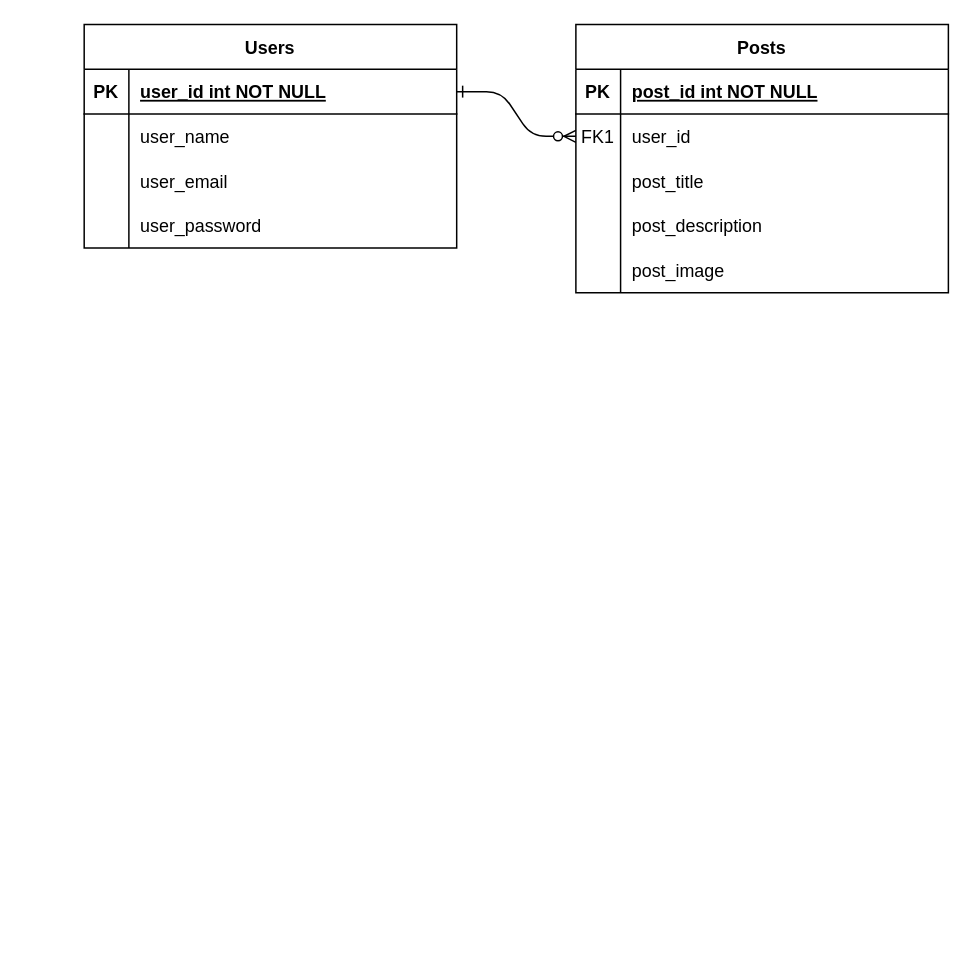
This is exercise1.drawio from dmcneill15/module8, a draw.io file, before an edit. Source tidied: cells renumbered, new cells numbered last; positions are measured from the earlier drawing's top-left corner, leaving out a move shared by most shapes. Both pictures are drawn from the tidied source at 149%, with x=0, y=0 at pixel (83, 24).
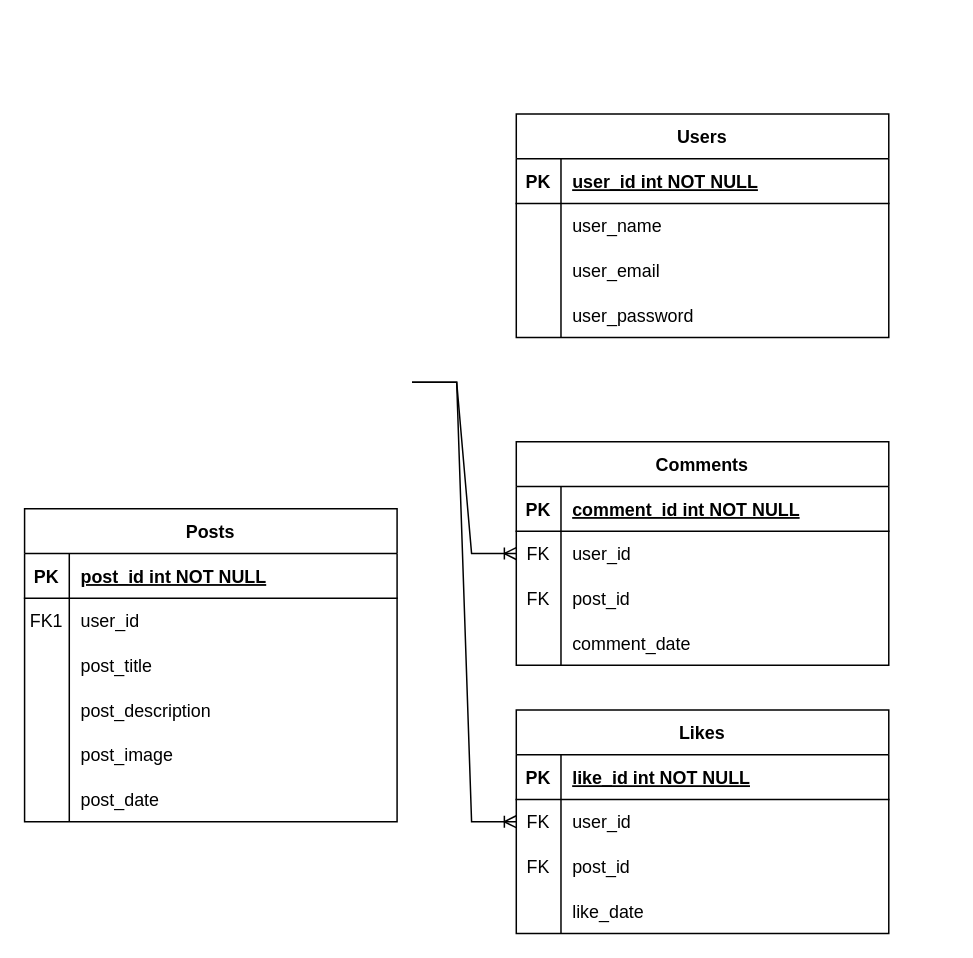
Above is the later version.

Unchanged cells that the change refers to:
```xml
<mxCell id="7" style="shape=partialRectangle;fillColor=none;points=[[0,0.5],[1,0.5]];portConstraint=eastwest;top=0;left=0;right=0;bottom=0;" parent="3" vertex="1">
  <mxGeometry y="60" width="250" height="30" as="geometry" />
</mxCell>
<mxCell id="20" style="shape=partialRectangle;fillColor=none;points=[[0,0.5],[1,0.5]];portConstraint=eastwest;top=0;left=0;right=0;bottom=1;" parent="19" vertex="1">
  <mxGeometry y="30" width="250" height="30" as="geometry" />
</mxCell>
```

The edit, as a diff of the source:
```diff
@@
-    <mxCell id="2" style="edgeStyle=entityRelationEdgeStyle;endArrow=ERzeroToMany;startArrow=ERone;endFill=1;startFill=0;" parent="1" edge="1" source="20" target="7">
-      <mxGeometry relative="1" as="geometry" />
-    </mxCell>
     <mxCell id="3" value="Posts" style="shape=table;startSize=30;childLayout=tableLayout;rowLines=0;fontStyle=1;align=center;" parent="1" vertex="1">
-      <mxGeometry x="330" width="250" height="180" as="geometry" />
+      <mxGeometry x="-40" y="325" width="250" height="210" as="geometry" />
     </mxCell>
@@
+    <mxCell id="32" style="shape=partialRectangle;fillColor=none;top=0;left=0;right=0;bottom=0;" parent="3" vertex="1">
+      <mxGeometry y="180" width="250" height="30" as="geometry" />
+    </mxCell>
+    <mxCell id="33" style="shape=partialRectangle;overflow=hidden;fillColor=none;top=0;left=0;bottom=0;right=0;" parent="32" vertex="1">
+      <mxGeometry width="30" height="30" as="geometry" />
+    </mxCell>
+    <mxCell id="34" value="post_date" style="shape=partialRectangle;overflow=hidden;fillColor=none;top=0;left=0;bottom=0;right=0;align=left;spacingLeft=6;" parent="32" vertex="1">
+      <mxGeometry x="30" width="220" height="30" as="geometry" />
+    </mxCell>
     <mxCell id="19" value="Users" style="shape=table;startSize=30;childLayout=tableLayout;rowLines=0;fontStyle=1;align=center;" parent="1" vertex="1">
-      <mxGeometry width="250" height="150" as="geometry" />
+      <mxGeometry x="290" y="60" width="250" height="150" as="geometry" />
     </mxCell>
@@
+    <mxCell id="35" value="Likes" style="shape=table;startSize=30;childLayout=tableLayout;rowLines=0;fontStyle=1;align=center;" parent="1" vertex="1">
+      <mxGeometry x="290" y="460" width="250" height="150" as="geometry" />
+    </mxCell>
+    <mxCell id="36" style="shape=partialRectangle;fillColor=none;top=0;left=0;right=0;bottom=1;" parent="35" vertex="1">
+      <mxGeometry y="30" width="250" height="30" as="geometry" />
+    </mxCell>
+    <mxCell id="37" value="PK" style="shape=partialRectangle;overflow=hidden;fillColor=none;top=0;left=0;bottom=0;right=0;fontStyle=1;" parent="36" vertex="1">
+      <mxGeometry width="30" height="30" as="geometry" />
+    </mxCell>
+    <mxCell id="38" value="like_id int NOT NULL " style="shape=partialRectangle;overflow=hidden;fillColor=none;top=0;left=0;bottom=0;right=0;align=left;spacingLeft=6;fontStyle=5;" parent="36" vertex="1">
+      <mxGeometry x="30" width="220" height="30" as="geometry" />
+    </mxCell>
+    <mxCell id="39" style="shape=partialRectangle;fillColor=none;points=[[0,0.5],[1,0.5]];portConstraint=eastwest;top=0;left=0;right=0;bottom=0;" parent="35" vertex="1">
+      <mxGeometry y="60" width="250" height="30" as="geometry" />
+    </mxCell>
+    <mxCell id="40" value="FK" style="shape=partialRectangle;overflow=hidden;fillColor=none;top=0;left=0;bottom=0;right=0;" parent="39" vertex="1">
+      <mxGeometry width="30" height="30" as="geometry" />
+    </mxCell>
+    <mxCell id="41" value="user_id" style="shape=partialRectangle;overflow=hidden;fillColor=none;top=0;left=0;bottom=0;right=0;align=left;spacingLeft=6;" parent="39" vertex="1">
+      <mxGeometry x="30" width="220" height="30" as="geometry" />
+    </mxCell>
+    <mxCell id="42" style="shape=partialRectangle;fillColor=none;top=0;left=0;right=0;bottom=0;" parent="35" vertex="1">
+      <mxGeometry y="90" width="250" height="30" as="geometry" />
+    </mxCell>
+    <mxCell id="43" value="FK" style="shape=partialRectangle;overflow=hidden;fillColor=none;top=0;left=0;bottom=0;right=0;" parent="42" vertex="1">
+      <mxGeometry width="30" height="30" as="geometry" />
+    </mxCell>
+    <mxCell id="44" value="post_id" style="shape=partialRectangle;overflow=hidden;fillColor=none;top=0;left=0;bottom=0;right=0;align=left;spacingLeft=6;" parent="42" vertex="1">
+      <mxGeometry x="30" width="220" height="30" as="geometry" />
+    </mxCell>
+    <mxCell id="45" style="shape=partialRectangle;fillColor=none;top=0;left=0;right=0;bottom=0;" parent="35" vertex="1">
+      <mxGeometry y="120" width="250" height="30" as="geometry" />
+    </mxCell>
+    <mxCell id="46" style="shape=partialRectangle;overflow=hidden;fillColor=none;top=0;left=0;bottom=0;right=0;" parent="45" vertex="1">
+      <mxGeometry width="30" height="30" as="geometry" />
+    </mxCell>
+    <mxCell id="47" value="like_date" style="shape=partialRectangle;overflow=hidden;fillColor=none;top=0;left=0;bottom=0;right=0;align=left;spacingLeft=6;" parent="45" vertex="1">
+      <mxGeometry x="30" width="220" height="30" as="geometry" />
+    </mxCell>
+    <mxCell id="48" value="Comments" style="shape=table;startSize=30;childLayout=tableLayout;rowLines=0;fontStyle=1;align=center;" parent="1" vertex="1">
+      <mxGeometry x="290" y="280" width="250" height="150" as="geometry" />
+    </mxCell>
+    <mxCell id="49" style="shape=partialRectangle;fillColor=none;top=0;left=0;right=0;bottom=1;" parent="48" vertex="1">
+      <mxGeometry y="30" width="250" height="30" as="geometry" />
+    </mxCell>
+    <mxCell id="50" value="PK" style="shape=partialRectangle;overflow=hidden;fillColor=none;top=0;left=0;bottom=0;right=0;fontStyle=1;" parent="49" vertex="1">
+      <mxGeometry width="30" height="30" as="geometry" />
+    </mxCell>
+    <mxCell id="51" value="comment_id int NOT NULL " style="shape=partialRectangle;overflow=hidden;fillColor=none;top=0;left=0;bottom=0;right=0;align=left;spacingLeft=6;fontStyle=5;" parent="49" vertex="1">
+      <mxGeometry x="30" width="220" height="30" as="geometry" />
+    </mxCell>
+    <mxCell id="52" style="shape=partialRectangle;fillColor=none;points=[[0,0.5],[1,0.5]];portConstraint=eastwest;top=0;left=0;right=0;bottom=0;" parent="48" vertex="1">
+      <mxGeometry y="60" width="250" height="30" as="geometry" />
+    </mxCell>
+    <mxCell id="53" value="FK" style="shape=partialRectangle;overflow=hidden;fillColor=none;top=0;left=0;bottom=0;right=0;" parent="52" vertex="1">
+      <mxGeometry width="30" height="30" as="geometry" />
+    </mxCell>
+    <mxCell id="54" value="user_id" style="shape=partialRectangle;overflow=hidden;fillColor=none;top=0;left=0;bottom=0;right=0;align=left;spacingLeft=6;" parent="52" vertex="1">
+      <mxGeometry x="30" width="220" height="30" as="geometry" />
+    </mxCell>
+    <mxCell id="55" style="shape=partialRectangle;fillColor=none;top=0;left=0;right=0;bottom=0;" parent="48" vertex="1">
+      <mxGeometry y="90" width="250" height="30" as="geometry" />
+    </mxCell>
+    <mxCell id="56" value="FK" style="shape=partialRectangle;overflow=hidden;fillColor=none;top=0;left=0;bottom=0;right=0;" parent="55" vertex="1">
+      <mxGeometry width="30" height="30" as="geometry" />
+    </mxCell>
+    <mxCell id="57" value="post_id" style="shape=partialRectangle;overflow=hidden;fillColor=none;top=0;left=0;bottom=0;right=0;align=left;spacingLeft=6;" parent="55" vertex="1">
+      <mxGeometry x="30" width="220" height="30" as="geometry" />
+    </mxCell>
+    <mxCell id="58" style="shape=partialRectangle;fillColor=none;top=0;left=0;right=0;bottom=0;" parent="48" vertex="1">
+      <mxGeometry y="120" width="250" height="30" as="geometry" />
+    </mxCell>
+    <mxCell id="59" style="shape=partialRectangle;overflow=hidden;fillColor=none;top=0;left=0;bottom=0;right=0;" parent="58" vertex="1">
+      <mxGeometry width="30" height="30" as="geometry" />
+    </mxCell>
+    <mxCell id="60" value="comment_date" style="shape=partialRectangle;overflow=hidden;fillColor=none;top=0;left=0;bottom=0;right=0;align=left;spacingLeft=6;" parent="58" vertex="1">
+      <mxGeometry x="30" width="220" height="30" as="geometry" />
+    </mxCell>
+    <mxCell id="61" style="edgeStyle=entityRelationEdgeStyle;fontSize=12;html=1;endArrow=ERoneToMany;rounded=0;entryX=0;entryY=0.5;entryDx=0;entryDy=0;curved=0;" parent="1" edge="1" target="52">
+      <mxGeometry relative="1" as="geometry">
+        <mxPoint x="220" y="240" as="sourcePoint" />
+        <Array as="points">
+          <mxPoint x="260" y="500" />
+          <mxPoint x="290" y="90" />
+          <mxPoint x="210" y="200" />
+          <mxPoint x="250" y="350" />
+        </Array>
+      </mxGeometry>
+    </mxCell>
+    <mxCell id="62" style="edgeStyle=entityRelationEdgeStyle;fontSize=12;html=1;endArrow=ERoneToMany;rounded=0;entryX=0;entryY=0.5;entryDx=0;entryDy=0;" parent="1" edge="1" target="39">
+      <mxGeometry relative="1" as="geometry">
+        <mxPoint x="220" y="240" as="sourcePoint" />
+      </mxGeometry>
+    </mxCell>
```
